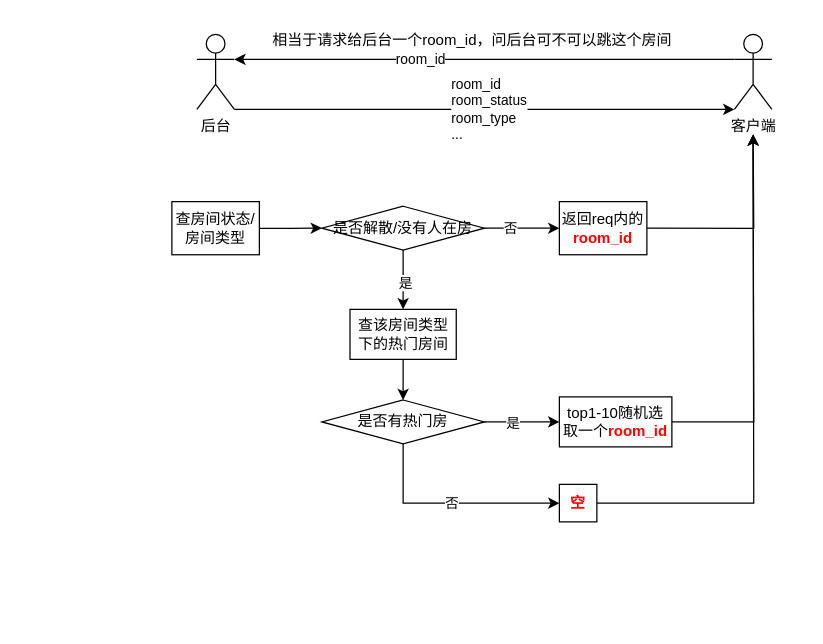
Earlier version of the draw.io diagram zora/deeplink real-time.drawio (zora1997/zora). Source tidied: cells renumbered, new cells numbered last; positions are measured from the earlier drawing's top-left corner, leaving out a move shared by most shapes. Both pictures are drawn from the tidied source at 125%, with x=0, y=0 at pixel (171, 21).
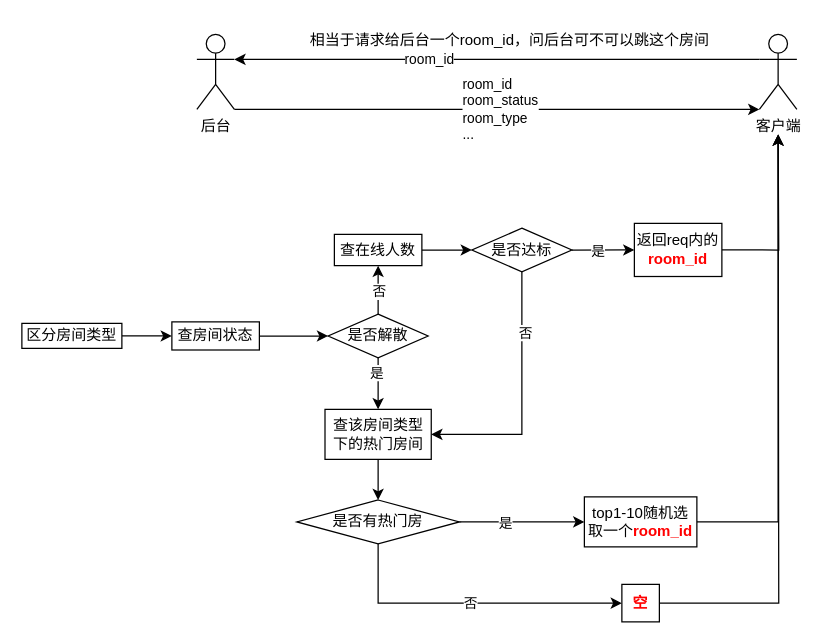
The same page after the edit.

Diff of the diagram source:
```diff
@@
     <mxCell id="7" value="客户端" style="shape=umlActor;verticalLabelPosition=bottom;verticalAlign=top;html=1;outlineConnect=0;" parent="1" vertex="1">
-      <mxGeometry x="450" y="10" width="30" height="60" as="geometry" />
+      <mxGeometry x="470" y="10" width="30" height="60" as="geometry" />
     </mxCell>
     <mxCell id="8" value="相当于请求给后台一个room_id，问后台可不可以跳这个房间" style="text;html=1;align=center;verticalAlign=middle;strokeColor=none;fillColor=none;" parent="1" vertex="1">
-      <mxGeometry x="70" width="340" height="30" as="geometry" />
+      <mxGeometry x="100" width="340" height="30" as="geometry" />
     </mxCell>
@@
-    <mxCell id="10" value="查房间状态/房间类型" style="rounded=0;whiteSpace=wrap;html=1;" parent="1" vertex="1">
-      <mxGeometry y="143.8" width="70" height="42.5" as="geometry" />
+    <mxCell id="10" value="查房间状态" style="rounded=0;whiteSpace=wrap;html=1;" parent="1" vertex="1">
+      <mxGeometry y="240" width="70" height="22.5" as="geometry" />
     </mxCell>
+    <mxCell id="28" style="edgeStyle=orthogonalEdgeStyle;rounded=0;jettySize=auto;html=1;exitX=0.5;exitY=0;exitDx=0;exitDy=0;" parent="1" edge="1" source="15" target="33">
+      <mxGeometry relative="1" as="geometry" />
+    </mxCell>
+    <mxCell id="29" value="否" style="edgeLabel;html=1;align=center;verticalAlign=middle;" parent="28" vertex="1">
+      <mxGeometry x="0.04" relative="1" as="geometry" />
+    </mxCell>
-    <mxCell id="11" style="edgeStyle=orthogonalEdgeStyle;rounded=0;jettySize=auto;html=1;exitX=0.5;exitY=1;exitDx=0;exitDy=0;" parent="1" edge="1" source="15" target="17">
+    <mxCell id="11" style="edgeStyle=orthogonalEdgeStyle;rounded=0;jettySize=auto;html=1;exitX=0.5;exitY=1;exitDx=0;exitDy=0;entryX=0.5;entryY=0;entryDx=0;entryDy=0;" parent="1" edge="1" source="15" target="17">
       <mxGeometry relative="1" as="geometry" />
     </mxCell>
-    <mxCell id="12" value="是" style="edgeLabel;html=1;align=center;verticalAlign=middle;" parent="11" vertex="1">
-      <mxGeometry x="0.1" y="1" relative="1" as="geometry" />
-    </mxCell>
-    <mxCell id="13" style="edgeStyle=orthogonalEdgeStyle;rounded=0;jettySize=auto;html=1;exitX=1;exitY=0.5;exitDx=0;exitDy=0;fontColor=#FF0000;" parent="1" edge="1" source="15" target="25">
-      <mxGeometry relative="1" as="geometry" />
-    </mxCell>
-    <mxCell id="14" value="&lt;font color=&quot;#000000&quot;&gt;否&lt;/font&gt;" style="edgeLabel;html=1;align=center;verticalAlign=middle;fontColor=#FF0000;" parent="13" vertex="1">
-      <mxGeometry x="-0.34" y="1" relative="1" as="geometry" />
-    </mxCell>
+    <mxCell id="30" value="是" style="edgeLabel;html=1;align=center;verticalAlign=middle;" parent="11" vertex="1">
+      <mxGeometry x="-0.41" y="-2" relative="1" as="geometry" />
+    </mxCell>
-    <mxCell id="15" value="是否解散/没有人在房" style="rhombus;whiteSpace=wrap;html=1;rounded=0;" parent="1" vertex="1">
-      <mxGeometry x="120" y="147.5" width="130" height="35" as="geometry" />
+    <mxCell id="15" value="是否解散" style="rhombus;whiteSpace=wrap;html=1;rounded=0;" parent="1" vertex="1">
+      <mxGeometry x="125" y="233.8" width="80" height="35" as="geometry" />
     </mxCell>
@@
     <mxCell id="17" value="查该房间类型下的热门房间" style="rounded=0;whiteSpace=wrap;html=1;" parent="1" vertex="1">
-      <mxGeometry x="142.5" y="230" width="85" height="40" as="geometry" />
+      <mxGeometry x="122.5" y="310" width="85" height="40" as="geometry" />
     </mxCell>
@@
     <mxCell id="21" value="是否有热门房" style="rhombus;whiteSpace=wrap;html=1;rounded=0;" parent="1" vertex="1">
-      <mxGeometry x="120" y="302.5" width="130" height="35" as="geometry" />
+      <mxGeometry x="100" y="382.5" width="130" height="35" as="geometry" />
     </mxCell>
     <mxCell id="22" style="edgeStyle=orthogonalEdgeStyle;rounded=0;jettySize=auto;html=1;exitX=1;exitY=0.5;exitDx=0;exitDy=0;" parent="1" edge="1" source="23">
       <mxGeometry relative="1" as="geometry">
-        <mxPoint x="465" y="90" as="targetPoint" />
+        <mxPoint x="485" y="90" as="targetPoint" />
+        <Array as="points">
+          <mxPoint x="485" y="400" />
+        </Array>
       </mxGeometry>
     </mxCell>
     <mxCell id="23" value="top1-10随机选取一个&lt;b&gt;&lt;font color=&quot;#ff0000&quot;&gt;room_id&lt;/font&gt;&lt;/b&gt;" style="whiteSpace=wrap;html=1;rounded=0;" parent="1" vertex="1">
-      <mxGeometry x="310" y="300" width="90" height="40" as="geometry" />
+      <mxGeometry x="330" y="380" width="90" height="40" as="geometry" />
     </mxCell>
-    <mxCell id="24" style="edgeStyle=orthogonalEdgeStyle;rounded=0;jettySize=auto;html=1;exitX=1;exitY=0.5;exitDx=0;exitDy=0;fontColor=#000000;" parent="1" edge="1" source="25">
-      <mxGeometry relative="1" as="geometry">
-        <mxPoint x="465" y="90" as="targetPoint" />
-      </mxGeometry>
-    </mxCell>
+    <mxCell id="31" style="edgeStyle=orthogonalEdgeStyle;rounded=0;jettySize=auto;html=1;exitX=1;exitY=0.5;exitDx=0;exitDy=0;" parent="1" edge="1" source="25">
+      <mxGeometry relative="1" as="geometry">
+        <mxPoint x="485" y="90" as="targetPoint" />
+      </mxGeometry>
+    </mxCell>
     <mxCell id="25" value="返回req内的&lt;font color=&quot;#ff0000&quot;&gt;&lt;b&gt;room_id&lt;/b&gt;&lt;/font&gt;" style="rounded=0;whiteSpace=wrap;html=1;" parent="1" vertex="1">
-      <mxGeometry x="310" y="143.8" width="70" height="42.5" as="geometry" />
+      <mxGeometry x="370" y="161.2" width="70" height="42.5" as="geometry" />
     </mxCell>
     <mxCell id="26" style="edgeStyle=orthogonalEdgeStyle;rounded=0;jettySize=auto;html=1;exitX=1;exitY=0.5;exitDx=0;exitDy=0;fontColor=#000000;" parent="1" edge="1" source="27">
       <mxGeometry relative="1" as="geometry">
-        <mxPoint x="465" y="90" as="targetPoint" />
+        <mxPoint x="485" y="90" as="targetPoint" />
       </mxGeometry>
     </mxCell>
     <mxCell id="27" value="&lt;font color=&quot;#ff0000&quot;&gt;&lt;b&gt;空&lt;/b&gt;&lt;/font&gt;" style="whiteSpace=wrap;html=1;rounded=0;" parent="1" vertex="1">
-      <mxGeometry x="310" y="370" width="30" height="30" as="geometry" />
+      <mxGeometry x="360" y="450" width="30" height="30" as="geometry" />
     </mxCell>
+    <mxCell id="32" style="edgeStyle=orthogonalEdgeStyle;rounded=0;jettySize=auto;html=1;exitX=1;exitY=0.5;exitDx=0;exitDy=0;entryX=0;entryY=0.5;entryDx=0;entryDy=0;" parent="1" edge="1" source="33" target="38">
+      <mxGeometry relative="1" as="geometry" />
+    </mxCell>
+    <mxCell id="33" value="查在线人数" style="rounded=0;whiteSpace=wrap;html=1;" parent="1" vertex="1">
+      <mxGeometry x="130" y="170" width="70" height="25" as="geometry" />
+    </mxCell>
+    <mxCell id="34" style="edgeStyle=orthogonalEdgeStyle;rounded=0;jettySize=auto;html=1;exitX=1;exitY=0.5;exitDx=0;exitDy=0;entryX=0;entryY=0.5;entryDx=0;entryDy=0;" parent="1" edge="1" source="38" target="25">
+      <mxGeometry relative="1" as="geometry" />
+    </mxCell>
+    <mxCell id="35" value="是" style="edgeLabel;html=1;align=center;verticalAlign=middle;" parent="34" vertex="1">
+      <mxGeometry x="-0.19" y="-1" relative="1" as="geometry" />
+    </mxCell>
+    <mxCell id="36" style="edgeStyle=orthogonalEdgeStyle;rounded=0;jettySize=auto;html=1;exitX=0.5;exitY=1;exitDx=0;exitDy=0;entryX=1;entryY=0.5;entryDx=0;entryDy=0;" parent="1" edge="1" source="38" target="17">
+      <mxGeometry relative="1" as="geometry" />
+    </mxCell>
+    <mxCell id="37" value="否" style="edgeLabel;html=1;align=center;verticalAlign=middle;" parent="36" vertex="1">
+      <mxGeometry x="-0.53" y="2" relative="1" as="geometry" />
+    </mxCell>
+    <mxCell id="38" value="是否达标" style="rhombus;whiteSpace=wrap;html=1;rounded=0;" parent="1" vertex="1">
+      <mxGeometry x="240" y="165" width="80" height="35" as="geometry" />
+    </mxCell>
+    <mxCell id="39" style="edgeStyle=orthogonalEdgeStyle;rounded=0;jettySize=auto;html=1;exitX=1;exitY=0.5;exitDx=0;exitDy=0;" parent="1" edge="1" source="40" target="10">
+      <mxGeometry relative="1" as="geometry" />
+    </mxCell>
+    <mxCell id="40" value="区分房间类型" style="rounded=0;whiteSpace=wrap;html=1;" parent="1" vertex="1">
+      <mxGeometry x="-120" y="241.2" width="80" height="20" as="geometry" />
+    </mxCell>
```
